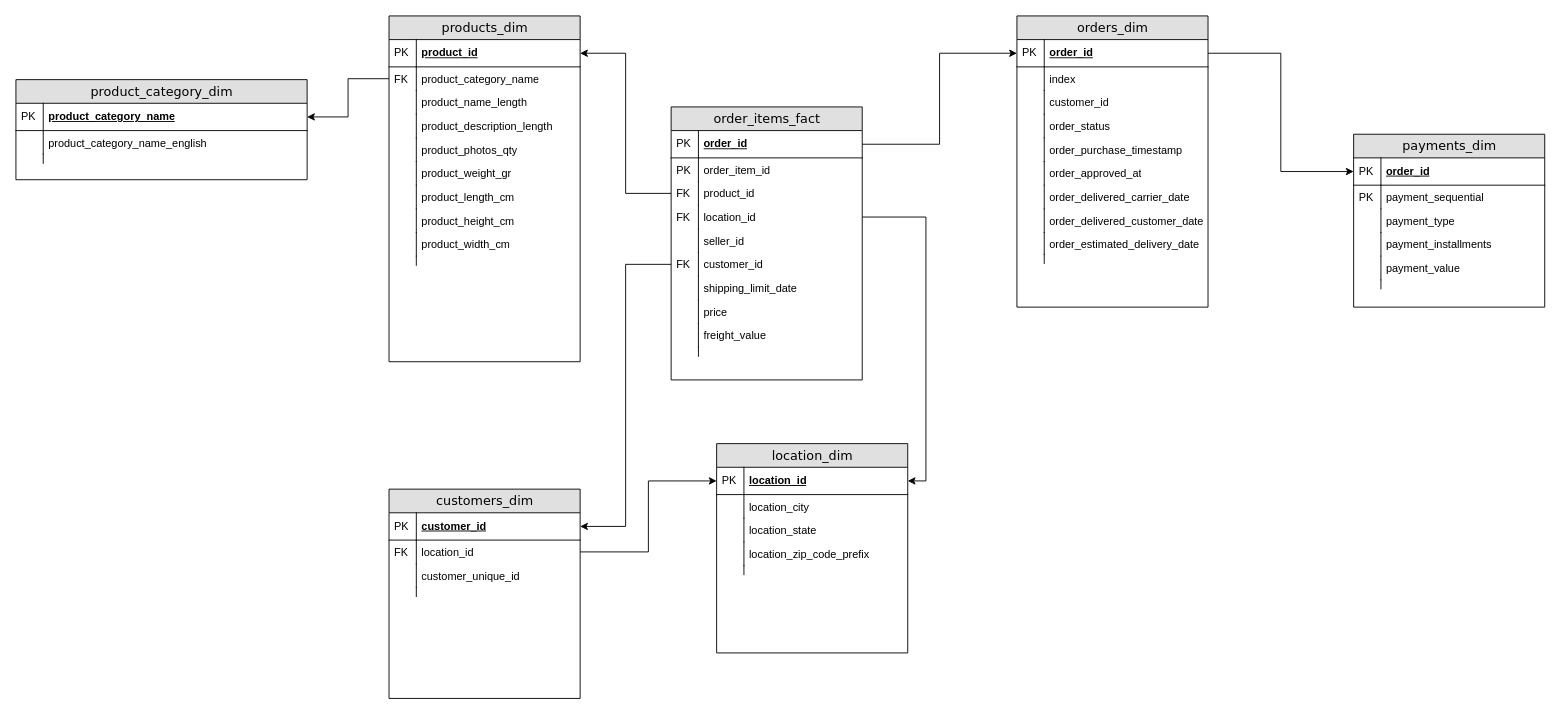
Before: resources/star-schema.drawio in ergemp/dwh-challenge, a draw.io diagram. Source tidied: cells renumbered, new cells numbered last; positions are measured from the earlier drawing's top-left corner, leaving out a move shared by most shapes. Both pictures are drawn from the tidied source at 91%, with x=0, y=0 at pixel (15, 15).
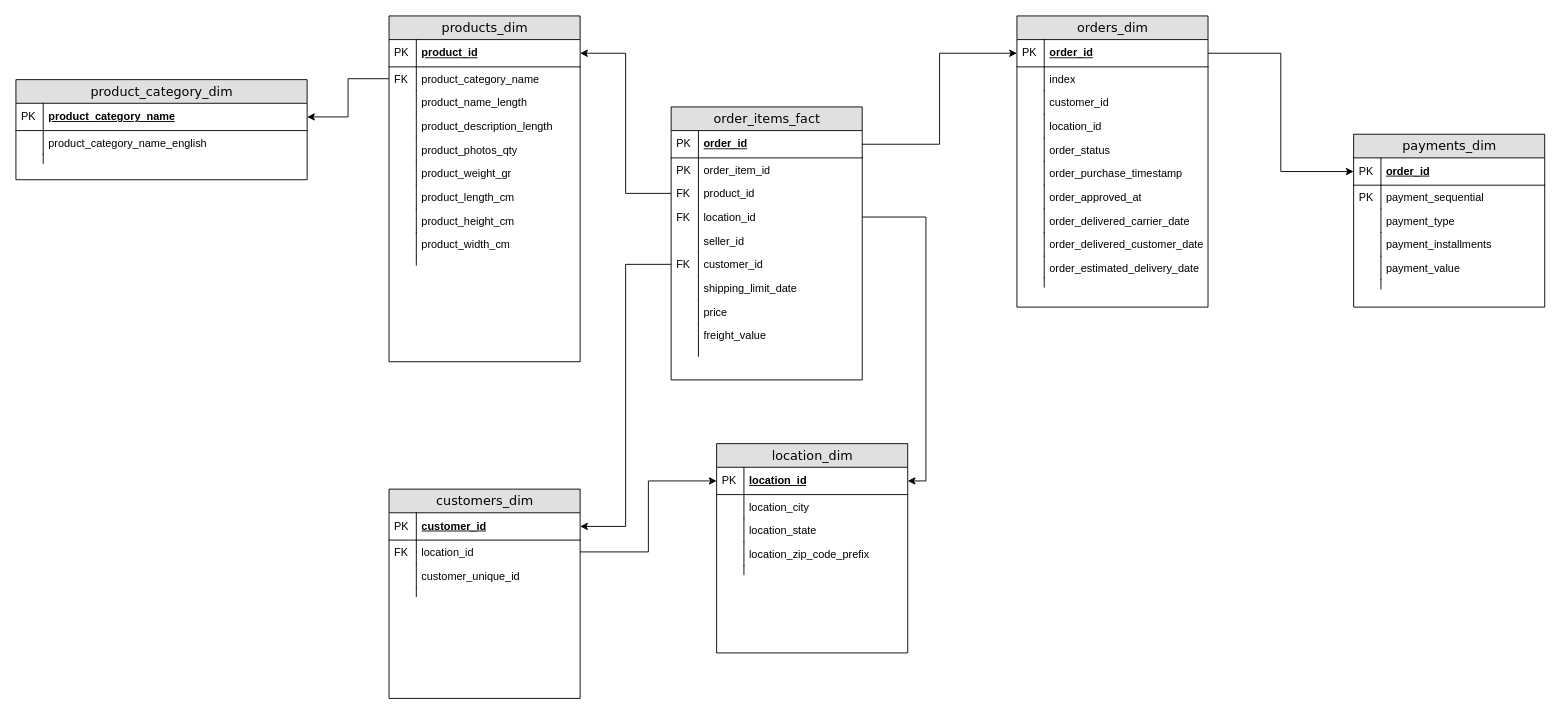
The same diagram, later.

The change refers to these unchanged cells:
```xml
<mxCell id="74" value="orders_dim" style="swimlane;html=1;fontStyle=0;horizontal=1;startSize=26;fillColor=#e0e0e0;swimlaneFillColor=#ffffff;align=center;rounded=0;shadow=0;comic=0;labelBackgroundColor=none;strokeWidth=1;fontFamily=Verdana;fontSize=14;swimlaneLine=1;" parent="1" vertex="1">
  <mxGeometry x="1100" width="210" height="320" as="geometry" />
</mxCell>
```

Change to the diagram source:
```diff
@@
+    <mxCell id="112" value="location_id" style="shape=partialRectangle;top=0;left=0;right=0;bottom=0;html=1;align=left;verticalAlign=top;fillColor=none;spacingLeft=34;spacingRight=4;whiteSpace=wrap;overflow=hidden;" parent="74" vertex="1">
+      <mxGeometry y="108" width="210" height="26" as="geometry" />
+    </mxCell>
+    <mxCell id="113" style="shape=partialRectangle;top=0;left=0;bottom=0;html=1;fillColor=none;align=left;verticalAlign=top;spacingLeft=4;spacingRight=4;whiteSpace=wrap;overflow=hidden;" parent="112" vertex="1">
+      <mxGeometry width="30" height="26" as="geometry" />
+    </mxCell>
     <mxCell id="81" value="order_status" style="shape=partialRectangle;top=0;left=0;right=0;bottom=0;html=1;align=left;verticalAlign=top;fillColor=none;spacingLeft=34;spacingRight=4;whiteSpace=wrap;overflow=hidden;" parent="74" vertex="1">
-      <mxGeometry y="108" width="210" height="26" as="geometry" />
+      <mxGeometry y="134" width="210" height="26" as="geometry" />
     </mxCell>
@@
     <mxCell id="83" value="order_purchase_timestamp" style="shape=partialRectangle;top=0;left=0;right=0;bottom=0;html=1;align=left;verticalAlign=top;fillColor=none;spacingLeft=34;spacingRight=4;whiteSpace=wrap;overflow=hidden;" parent="74" vertex="1">
-      <mxGeometry y="134" width="210" height="26" as="geometry" />
+      <mxGeometry y="160" width="210" height="26" as="geometry" />
     </mxCell>
@@
     <mxCell id="85" value="order_approved_at&lt;br&gt;" style="shape=partialRectangle;top=0;left=0;right=0;bottom=0;html=1;align=left;verticalAlign=top;fillColor=none;spacingLeft=34;spacingRight=4;whiteSpace=wrap;overflow=hidden;" parent="74" vertex="1">
-      <mxGeometry y="160" width="210" height="26" as="geometry" />
+      <mxGeometry y="186" width="210" height="26" as="geometry" />
     </mxCell>
@@
     <mxCell id="87" value="order_delivered_carrier_date" style="shape=partialRectangle;top=0;left=0;right=0;bottom=0;html=1;align=left;verticalAlign=top;fillColor=none;spacingLeft=34;spacingRight=4;whiteSpace=wrap;overflow=hidden;" parent="74" vertex="1">
-      <mxGeometry y="186" width="210" height="26" as="geometry" />
+      <mxGeometry y="212" width="210" height="26" as="geometry" />
     </mxCell>
@@
     <mxCell id="89" value="order_delivered_customer_date" style="shape=partialRectangle;top=0;left=0;right=0;bottom=0;html=1;align=left;verticalAlign=top;fillColor=none;spacingLeft=34;spacingRight=4;whiteSpace=wrap;overflow=hidden;" parent="74" vertex="1">
-      <mxGeometry y="212" width="210" height="26" as="geometry" />
+      <mxGeometry y="238" width="210" height="26" as="geometry" />
     </mxCell>
@@
     <mxCell id="91" value="order_estimated_delivery_date" style="shape=partialRectangle;top=0;left=0;right=0;bottom=0;html=1;align=left;verticalAlign=top;fillColor=none;spacingLeft=34;spacingRight=4;whiteSpace=wrap;overflow=hidden;" parent="74" vertex="1">
-      <mxGeometry y="238" width="210" height="24" as="geometry" />
+      <mxGeometry y="264" width="210" height="24" as="geometry" />
     </mxCell>
@@
     <mxCell id="93" style="shape=partialRectangle;top=0;left=0;right=0;bottom=0;html=1;align=left;verticalAlign=top;fillColor=none;spacingLeft=34;spacingRight=4;whiteSpace=wrap;overflow=hidden;" parent="74" vertex="1">
-      <mxGeometry y="262" width="210" height="10" as="geometry" />
+      <mxGeometry y="288" width="210" height="10" as="geometry" />
     </mxCell>
```
